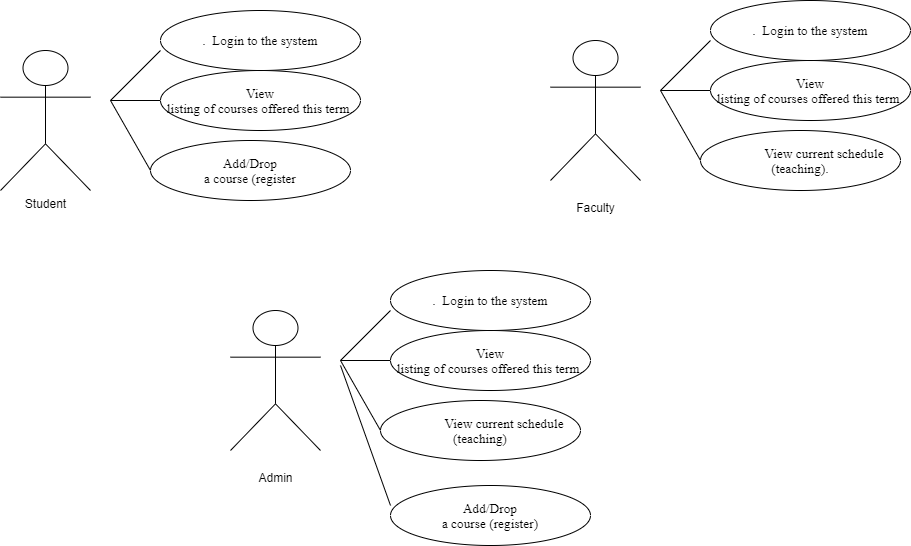
itscoe/CS390 keeps this draw.io diagram as UML/Use Case Diagram.png. Above is the earlier version. Source tidied: cells renumbered, new cells last; positions are measured from the earlier drawing's top-left corner, leaving out a move shared by most shapes.
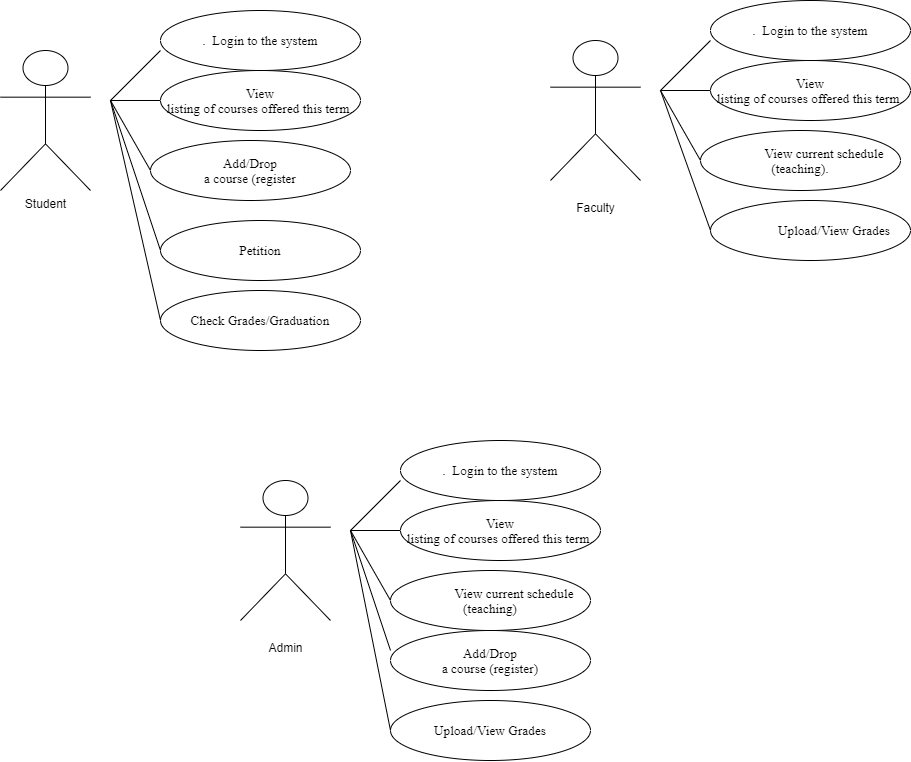
Above is the later version.

Commit message:
Updated Use case diagram

updated to exercise 3

What changed in the source:
```diff
@@ -63,42 +63,74 @@
       <mxGeometry x="700" y="130" width="200" height="60" as="geometry" />
     </mxCell>
     <mxCell id="16" value="&lt;br&gt;Admin" style="shape=umlActor;verticalLabelPosition=bottom;verticalAlign=top;html=1;" parent="1" vertex="1">
-      <mxGeometry x="230" y="310" width="90" height="140" as="geometry" />
+      <mxGeometry x="240" y="480" width="90" height="140" as="geometry" />
     </mxCell>
     <mxCell id="17" style="endArrow=none;html=1;" parent="1" edge="1">
       <mxGeometry relative="1" as="geometry">
-        <mxPoint x="340" y="360" as="sourcePoint" />
-        <mxPoint x="390" y="310" as="targetPoint" />
+        <mxPoint x="350" y="530" as="sourcePoint" />
+        <mxPoint x="400" y="480" as="targetPoint" />
       </mxGeometry>
     </mxCell>
     <mxCell id="18" style="endArrow=none;html=1;" parent="1" edge="1">
       <mxGeometry relative="1" as="geometry">
-        <mxPoint x="340" y="360" as="sourcePoint" />
-        <mxPoint x="390" y="360" as="targetPoint" />
+        <mxPoint x="350" y="530" as="sourcePoint" />
+        <mxPoint x="400" y="530" as="targetPoint" />
       </mxGeometry>
     </mxCell>
     <mxCell id="19" value="&lt;span style=&quot;font-size: 10.0pt ; font-family: &amp;#34;times new roman&amp;#34; , serif&quot;&gt;View&lt;br/&gt;listing of courses offered this term.&lt;/span&gt;" style="ellipse;whiteSpace=wrap;html=1;" parent="1" vertex="1">
-      <mxGeometry x="390" y="330" width="200" height="60" as="geometry" />
+      <mxGeometry x="400" y="500" width="200" height="60" as="geometry" />
     </mxCell>
     <mxCell id="20" style="endArrow=none;html=1;" parent="1" edge="1">
       <mxGeometry relative="1" as="geometry">
-        <mxPoint x="340" y="360" as="sourcePoint" />
-        <mxPoint x="380" y="430" as="targetPoint" />
+        <mxPoint x="350" y="530" as="sourcePoint" />
+        <mxPoint x="390" y="600" as="targetPoint" />
       </mxGeometry>
     </mxCell>
     <mxCell id="21" value="&lt;span style=&quot;font-family: &amp;#34;times new roman&amp;#34; , serif ; font-size: 13.3333px&quot;&gt;.&amp;nbsp; Login to the system&lt;/span&gt;" style="ellipse;whiteSpace=wrap;html=1;" parent="1" vertex="1">
-      <mxGeometry x="390" y="270" width="200" height="60" as="geometry" />
+      <mxGeometry x="400" y="440" width="200" height="60" as="geometry" />
     </mxCell>
     <mxCell id="22" value="&lt;p class=&quot;MsoNormal&quot; style=&quot;text-indent: 0.5in&quot;&gt;&lt;span style=&quot;font-size: 10.0pt ; font-family: &amp;#34;times new roman&amp;#34; , serif&quot;&gt;View current schedule (teaching)&lt;/span&gt;&lt;/p&gt;" style="ellipse;whiteSpace=wrap;html=1;align=center;" parent="1" vertex="1">
-      <mxGeometry x="380" y="400" width="200" height="60" as="geometry" />
+      <mxGeometry x="390" y="570" width="200" height="60" as="geometry" />
     </mxCell>
     <mxCell id="23" style="endArrow=none;html=1;exitX=0;exitY=0.333;exitDx=0;exitDy=0;exitPerimeter=0;" parent="1" edge="1" source="24">
       <mxGeometry relative="1" as="geometry">
-        <mxPoint x="340" y="365" as="targetPoint" />
+        <mxPoint x="350" y="530" as="targetPoint" />
       </mxGeometry>
     </mxCell>
     <mxCell id="24" value="&lt;span style=&quot;font-size: 10.0pt ; font-family: &amp;#34;times new roman&amp;#34; , serif&quot;&gt;Add/Drop&lt;br&gt;a course (register)&lt;/span&gt;" style="ellipse;whiteSpace=wrap;html=1;" parent="1" vertex="1">
-      <mxGeometry x="390" y="485" width="200" height="60" as="geometry" />
+      <mxGeometry x="390" y="630" width="200" height="60" as="geometry" />
     </mxCell>
+    <mxCell id="25" value="&lt;font face=&quot;times new roman, serif&quot;&gt;&lt;span style=&quot;font-size: 13.3333px&quot;&gt;Check Grades/Graduation&lt;/span&gt;&lt;/font&gt;" style="ellipse;whiteSpace=wrap;html=1;" parent="1" vertex="1">
+      <mxGeometry x="160" y="290" width="200" height="60" as="geometry" />
+    </mxCell>
+    <mxCell id="26" style="endArrow=none;html=1;exitX=0;exitY=0.5;exitDx=0;exitDy=0;" parent="1" edge="1" source="25">
+      <mxGeometry relative="1" as="geometry">
+        <mxPoint x="110" y="100" as="targetPoint" />
+      </mxGeometry>
+    </mxCell>
+    <mxCell id="27" value="&lt;font face=&quot;times new roman, serif&quot;&gt;&lt;span style=&quot;font-size: 13.3333px&quot;&gt;Petition&lt;/span&gt;&lt;/font&gt;" style="ellipse;whiteSpace=wrap;html=1;" parent="1" vertex="1">
+      <mxGeometry x="160" y="220" width="200" height="60" as="geometry" />
+    </mxCell>
+    <mxCell id="28" style="endArrow=none;html=1;exitX=0;exitY=0.5;exitDx=0;exitDy=0;" parent="1" edge="1" source="27">
+      <mxGeometry relative="1" as="geometry">
+        <mxPoint x="110" y="100" as="targetPoint" />
+      </mxGeometry>
+    </mxCell>
+    <mxCell id="29" value="&lt;p class=&quot;MsoNormal&quot; style=&quot;text-indent: 0.5in&quot;&gt;&lt;font face=&quot;times new roman, serif&quot;&gt;&lt;span style=&quot;font-size: 13.3333px&quot;&gt;Upload/View Grades&lt;/span&gt;&lt;/font&gt;&lt;/p&gt;" style="ellipse;whiteSpace=wrap;html=1;" parent="1" vertex="1">
+      <mxGeometry x="710" y="200" width="200" height="60" as="geometry" />
+    </mxCell>
+    <mxCell id="30" style="endArrow=none;html=1;exitX=0;exitY=0.5;exitDx=0;exitDy=0;" parent="1" edge="1" source="29">
+      <mxGeometry relative="1" as="geometry">
+        <mxPoint x="660" y="90" as="targetPoint" />
+      </mxGeometry>
+    </mxCell>
+    <mxCell id="31" value="&lt;font face=&quot;times new roman, serif&quot;&gt;&lt;span style=&quot;font-size: 13.3333px&quot;&gt;Upload/View Grades&lt;/span&gt;&lt;/font&gt;" style="ellipse;whiteSpace=wrap;html=1;" parent="1" vertex="1">
+      <mxGeometry x="390" y="700" width="200" height="60" as="geometry" />
+    </mxCell>
+    <mxCell id="32" style="endArrow=none;html=1;exitX=0;exitY=0.5;exitDx=0;exitDy=0;" parent="1" edge="1" source="31">
+      <mxGeometry relative="1" as="geometry">
+        <mxPoint x="350" y="530" as="targetPoint" />
+      </mxGeometry>
+    </mxCell>
   </root>
 </mxGraphModel>
```
